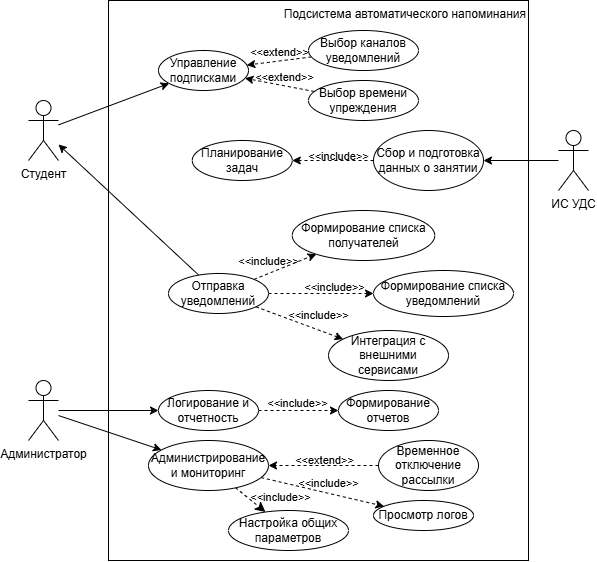
This is 6 семестр/Проектирование информационных систем/Практическая работа №2/ДиаграммаПрецедентов.drawio.png from DrTECHNIC/RTU_MIREA, a draw.io export, as it was before one commit. Source tidied: cells renumbered, new cells last; positions are measured from the earlier drawing's top-left corner, leaving out a move shared by most shapes.
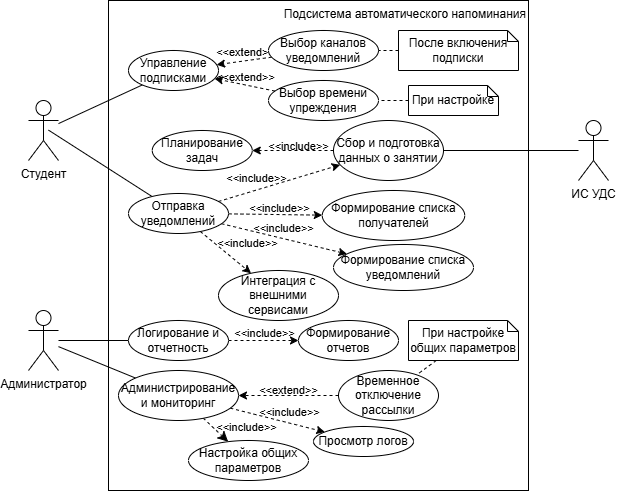
After the commit.

What changed in the source:
```diff
@@ -3,31 +3,31 @@
     <mxCell id="0" />
     <mxCell id="1" parent="0" />
     <mxCell id="2" value="Подсистема автоматического напоминания" style="rounded=0;whiteSpace=wrap;html=1;verticalAlign=top;align=right;" parent="1" vertex="1">
-      <mxGeometry x="80" width="420" height="560" as="geometry" />
+      <mxGeometry x="90" width="420" height="490" as="geometry" />
     </mxCell>
-    <mxCell id="3" style="edgeStyle=none;rounded=0;jettySize=auto;html=1;" parent="1" edge="1" source="4" target="10">
+    <mxCell id="3" style="edgeStyle=none;rounded=0;jettySize=auto;html=1;endArrow=none;endFill=0;" parent="1" edge="1" source="4" target="10">
       <mxGeometry relative="1" as="geometry" />
     </mxCell>
     <mxCell id="4" value="Студент" style="shape=umlActor;verticalLabelPosition=bottom;verticalAlign=top;html=1;outlineConnect=0;" parent="1" vertex="1">
-      <mxGeometry y="100" width="30" height="60" as="geometry" />
+      <mxGeometry x="10" y="100" width="30" height="60" as="geometry" />
     </mxCell>
-    <mxCell id="5" style="edgeStyle=none;rounded=0;jettySize=auto;html=1;" parent="1" edge="1" source="7" target="32">
+    <mxCell id="5" style="edgeStyle=none;rounded=0;jettySize=auto;html=1;endArrow=none;endFill=0;" parent="1" edge="1" source="7" target="32">
       <mxGeometry relative="1" as="geometry" />
     </mxCell>
-    <mxCell id="6" style="edgeStyle=none;rounded=0;jettySize=auto;html=1;" parent="1" edge="1" source="7" target="27">
+    <mxCell id="6" style="edgeStyle=none;rounded=0;jettySize=auto;html=1;endArrow=none;endFill=0;" parent="1" edge="1" source="7" target="27">
       <mxGeometry relative="1" as="geometry" />
     </mxCell>
     <mxCell id="7" value="Администратор" style="shape=umlActor;verticalLabelPosition=bottom;verticalAlign=top;html=1;outlineConnect=0;" parent="1" vertex="1">
-      <mxGeometry y="380" width="30" height="60" as="geometry" />
+      <mxGeometry x="10" y="310" width="30" height="60" as="geometry" />
     </mxCell>
-    <mxCell id="8" style="edgeStyle=none;rounded=0;jettySize=auto;html=1;" parent="1" edge="1" source="9" target="13">
+    <mxCell id="8" style="edgeStyle=none;rounded=0;jettySize=auto;html=1;endArrow=none;endFill=0;" parent="1" edge="1" source="9" target="13">
       <mxGeometry relative="1" as="geometry" />
     </mxCell>
     <mxCell id="9" value="ИС УДС" style="shape=umlActor;verticalLabelPosition=bottom;verticalAlign=top;html=1;outlineConnect=0;" parent="1" vertex="1">
-      <mxGeometry x="530" y="130" width="30" height="60" as="geometry" />
+      <mxGeometry x="560" y="120" width="30" height="60" as="geometry" />
     </mxCell>
     <mxCell id="10" value="Управление подписками" style="ellipse;whiteSpace=wrap;html=1;" parent="1" vertex="1">
-      <mxGeometry x="130" y="50" width="90" height="40" as="geometry" />
+      <mxGeometry x="110" y="50" width="90" height="40" as="geometry" />
     </mxCell>
     <mxCell id="11" style="edgeStyle=none;rounded=0;jettySize=auto;html=1;dashed=1;" parent="1" edge="1" source="13" target="33">
       <mxGeometry relative="1" as="geometry" />
@@ -37,24 +37,34 @@
         <mxPoint x="-21" y="-4" as="offset" />
       </mxGeometry>
     </mxCell>
+    <mxCell id="46" style="rounded=0;jettySize=auto;html=1;endArrow=classic;endFill=1;dashed=1;" parent="1" edge="1" source="23" target="13">
+      <mxGeometry relative="1" as="geometry" />
+    </mxCell>
+    <mxCell id="47" value="&amp;lt;&amp;lt;include&amp;gt;&amp;gt;" style="edgeLabel;html=1;align=center;verticalAlign=middle;labelBackgroundColor=none;" parent="46" vertex="1">
+      <mxGeometry x="0.2" y="1" relative="1" as="geometry">
+        <mxPoint x="-36" as="offset" />
+      </mxGeometry>
+    </mxCell>
     <mxCell id="13" value="Сбор и подготовка данных о занятии" style="ellipse;whiteSpace=wrap;html=1;" parent="1" vertex="1">
-      <mxGeometry x="345" y="130" width="110" height="60" as="geometry" />
+      <mxGeometry x="315" y="120" width="110" height="60" as="geometry" />
     </mxCell>
     <mxCell id="14" value="Формирование списка получателей" style="ellipse;whiteSpace=wrap;html=1;" parent="1" vertex="1">
-      <mxGeometry x="263.8" y="210" width="142.5" height="50" as="geometry" />
+      <mxGeometry x="303.8" y="190" width="142.5" height="50" as="geometry" />
     </mxCell>
     <mxCell id="15" value="Формирование списка уведомлений" style="ellipse;whiteSpace=wrap;html=1;" parent="1" vertex="1">
-      <mxGeometry x="345" y="270" width="140" height="46" as="geometry" />
+      <mxGeometry x="315" y="244" width="140" height="46" as="geometry" />
     </mxCell>
-    <mxCell id="16" style="edgeStyle=none;rounded=0;jettySize=auto;html=1;" parent="1" edge="1" source="23" target="4">
-      <mxGeometry relative="1" as="geometry" />
+    <mxCell id="16" style="edgeStyle=none;rounded=0;jettySize=auto;html=1;endArrow=none;endFill=0;" parent="1" edge="1" source="23">
+      <mxGeometry relative="1" as="geometry">
+        <mxPoint x="30" y="129.6" as="targetPoint" />
+      </mxGeometry>
     </mxCell>
     <mxCell id="17" style="edgeStyle=none;rounded=0;jettySize=auto;html=1;dashed=1;" parent="1" edge="1" source="23" target="14">
       <mxGeometry relative="1" as="geometry" />
     </mxCell>
     <mxCell id="18" value="&amp;lt;&amp;lt;include&amp;gt;&amp;gt;" style="edgeLabel;html=1;align=center;verticalAlign=middle;labelBackgroundColor=none;" parent="17" vertex="1">
       <mxGeometry x="-0.6" relative="1" as="geometry">
-        <mxPoint x="2" y="-14" as="offset" />
+        <mxPoint x="32" y="-6" as="offset" />
       </mxGeometry>
     </mxCell>
     <mxCell id="19" style="edgeStyle=none;rounded=0;jettySize=auto;html=1;dashed=1;" parent="1" edge="1" source="23" target="15">
@@ -62,7 +72,7 @@
     </mxCell>
     <mxCell id="20" value="&amp;lt;&amp;lt;include&amp;gt;&amp;gt;" style="edgeLabel;html=1;align=center;verticalAlign=middle;labelBackgroundColor=none;labelBorderColor=none;" parent="19" vertex="1">
       <mxGeometry x="-0.48" y="1" relative="1" as="geometry">
-        <mxPoint x="38" y="-6" as="offset" />
+        <mxPoint x="29" y="-3" as="offset" />
       </mxGeometry>
     </mxCell>
     <mxCell id="21" style="edgeStyle=none;rounded=0;jettySize=auto;html=1;dashed=1;" parent="1" edge="1" source="23" target="24">
@@ -70,14 +80,14 @@
     </mxCell>
     <mxCell id="22" value="&amp;lt;&amp;lt;include&amp;gt;&amp;gt;" style="edgeLabel;html=1;align=center;verticalAlign=middle;labelBackgroundColor=none;" parent="21" vertex="1">
       <mxGeometry x="-0.52" y="-1" relative="1" as="geometry">
-        <mxPoint x="41" y="-1" as="offset" />
+        <mxPoint x="35" y="1" as="offset" />
       </mxGeometry>
     </mxCell>
     <mxCell id="23" value="Отправка уведомлений" style="ellipse;whiteSpace=wrap;html=1;" parent="1" vertex="1">
-      <mxGeometry x="140" y="273" width="100" height="40" as="geometry" />
+      <mxGeometry x="110" y="193" width="100" height="40" as="geometry" />
     </mxCell>
     <mxCell id="24" value="Интеграция с внешними сервисами" style="ellipse;whiteSpace=wrap;html=1;" parent="1" vertex="1">
-      <mxGeometry x="300" y="330" width="120" height="50" as="geometry" />
+      <mxGeometry x="200" y="270" width="120" height="50" as="geometry" />
     </mxCell>
     <mxCell id="25" style="edgeStyle=none;rounded=0;jettySize=auto;html=1;dashed=1;" parent="1" edge="1" source="27" target="34">
       <mxGeometry relative="1" as="geometry" />
@@ -88,7 +98,7 @@
       </mxGeometry>
     </mxCell>
     <mxCell id="27" value="Логирование и отчетность" style="ellipse;whiteSpace=wrap;html=1;" parent="1" vertex="1">
-      <mxGeometry x="130" y="390" width="100" height="40" as="geometry" />
+      <mxGeometry x="110" y="320" width="100" height="40" as="geometry" />
     </mxCell>
     <mxCell id="28" style="edgeStyle=none;rounded=0;jettySize=auto;html=1;dashed=1;" parent="1" edge="1" source="32" target="35">
       <mxGeometry relative="1" as="geometry" />
@@ -107,16 +117,16 @@
       </mxGeometry>
     </mxCell>
     <mxCell id="32" value="Администрирование и мониторинг" style="ellipse;whiteSpace=wrap;html=1;" parent="1" vertex="1">
-      <mxGeometry x="120" y="440" width="120" height="50" as="geometry" />
+      <mxGeometry x="100" y="370" width="120" height="50" as="geometry" />
     </mxCell>
     <mxCell id="33" value="Планирование задач" style="ellipse;whiteSpace=wrap;html=1;" parent="1" vertex="1">
-      <mxGeometry x="163.8" y="140" width="100" height="40" as="geometry" />
+      <mxGeometry x="133.8" y="130" width="100" height="40" as="geometry" />
     </mxCell>
     <mxCell id="34" value="Формирование отчетов" style="ellipse;whiteSpace=wrap;html=1;" parent="1" vertex="1">
-      <mxGeometry x="310" y="390" width="100" height="40" as="geometry" />
+      <mxGeometry x="280" y="320" width="100" height="40" as="geometry" />
     </mxCell>
     <mxCell id="35" value="Просмотр логов" style="ellipse;whiteSpace=wrap;html=1;" parent="1" vertex="1">
-      <mxGeometry x="345" y="500" width="100" height="30" as="geometry" />
+      <mxGeometry x="295" y="426" width="100" height="30" as="geometry" />
     </mxCell>
     <mxCell id="36" style="edgeStyle=none;rounded=0;jettySize=auto;html=1;dashed=1;" parent="1" edge="1" source="38" target="10">
       <mxGeometry relative="1" as="geometry" />
@@ -127,7 +137,7 @@
       </mxGeometry>
     </mxCell>
     <mxCell id="38" value="Выбор каналов уведомлений" style="ellipse;whiteSpace=wrap;html=1;" parent="1" vertex="1">
-      <mxGeometry x="280" y="30" width="110" height="40" as="geometry" />
+      <mxGeometry x="250" y="30" width="110" height="40" as="geometry" />
     </mxCell>
     <mxCell id="39" style="edgeStyle=none;rounded=0;jettySize=auto;html=1;dashed=1;" parent="1" edge="1" source="41" target="10">
       <mxGeometry relative="1" as="geometry" />
@@ -138,7 +148,7 @@
       </mxGeometry>
     </mxCell>
     <mxCell id="41" value="Выбор времени упреждения" style="ellipse;whiteSpace=wrap;html=1;" parent="1" vertex="1">
-      <mxGeometry x="280" y="80" width="110" height="40" as="geometry" />
+      <mxGeometry x="250" y="80" width="110" height="40" as="geometry" />
     </mxCell>
     <mxCell id="42" style="edgeStyle=none;rounded=0;jettySize=auto;html=1;dashed=1;" parent="1" edge="1" source="44" target="32">
       <mxGeometry relative="1" as="geometry" />
@@ -149,10 +159,28 @@
       </mxGeometry>
     </mxCell>
     <mxCell id="44" value="Временное отключение рассылки" style="ellipse;whiteSpace=wrap;html=1;" parent="1" vertex="1">
-      <mxGeometry x="350" y="440" width="100" height="50" as="geometry" />
+      <mxGeometry x="320" y="370" width="100" height="50" as="geometry" />
     </mxCell>
     <mxCell id="45" value="Настройка общих параметров" style="ellipse;whiteSpace=wrap;html=1;" parent="1" vertex="1">
-      <mxGeometry x="200" y="510" width="120" height="40" as="geometry" />
+      <mxGeometry x="170" y="440" width="120" height="40" as="geometry" />
     </mxCell>
+    <mxCell id="48" style="rounded=0;jettySize=auto;html=1;endArrow=none;endFill=0;dashed=1;" parent="1" edge="1" source="49" target="38">
+      <mxGeometry relative="1" as="geometry" />
+    </mxCell>
+    <mxCell id="49" value="После включения подписки" style="shape=note;size=11;whiteSpace=wrap;html=1;" parent="1" vertex="1">
+      <mxGeometry x="380" y="30" width="120" height="40" as="geometry" />
+    </mxCell>
+    <mxCell id="50" style="rounded=0;jettySize=auto;html=1;endArrow=none;endFill=0;dashed=1;" parent="1" edge="1" source="51" target="41">
+      <mxGeometry relative="1" as="geometry" />
+    </mxCell>
+    <mxCell id="51" value="При настройке" style="shape=note;size=11;whiteSpace=wrap;html=1;" parent="1" vertex="1">
+      <mxGeometry x="390" y="85" width="90" height="30" as="geometry" />
+    </mxCell>
+    <mxCell id="52" style="rounded=0;jettySize=auto;html=1;startArrow=none;startFill=0;dashed=1;endArrow=none;endFill=0;" parent="1" edge="1" source="53" target="44">
+      <mxGeometry relative="1" as="geometry" />
+    </mxCell>
+    <mxCell id="53" value="При настройке общих параметров" style="shape=note;size=11;whiteSpace=wrap;html=1;" parent="1" vertex="1">
+      <mxGeometry x="390" y="320" width="110" height="40" as="geometry" />
+    </mxCell>
   </root>
 </mxGraphModel>
```
